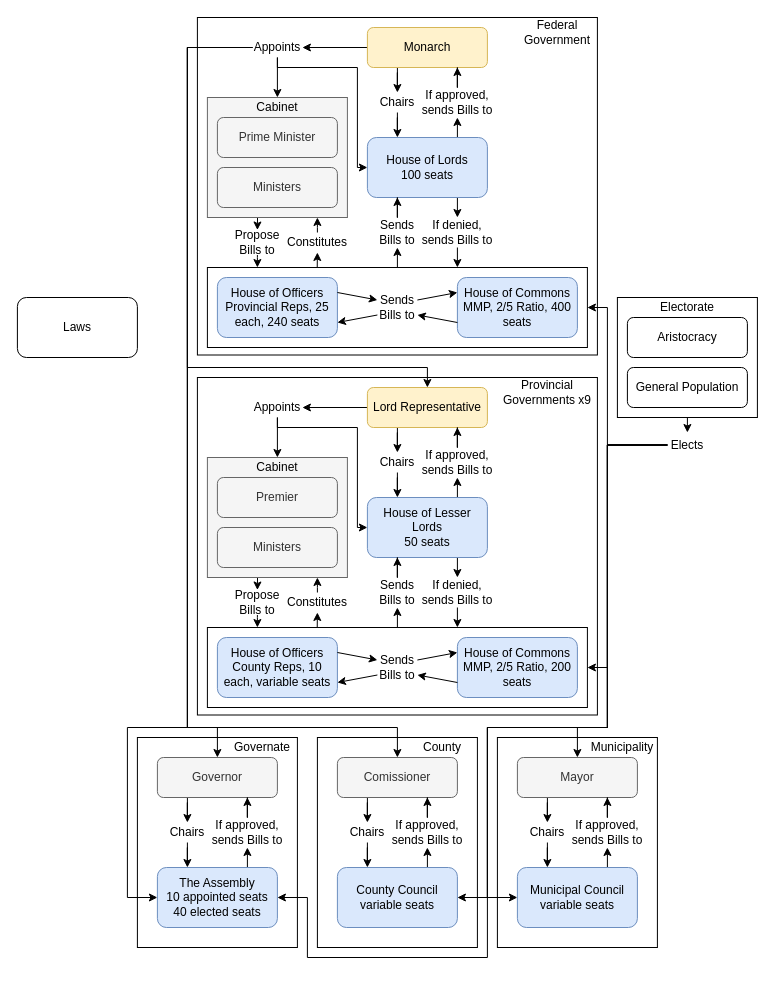
jamlamtheblue/DES-Pol keeps this draw.io diagram as Palorsenna/Palorsennan Political Org Chart.drawio. Above is the earlier version. Source tidied: cells renumbered, new cells numbered last; positions are measured from the earlier drawing's top-left corner, leaving out a move shared by most shapes. Both pictures are drawn from the tidied source at 100%, with x=0, y=0 at pixel (17, 17).
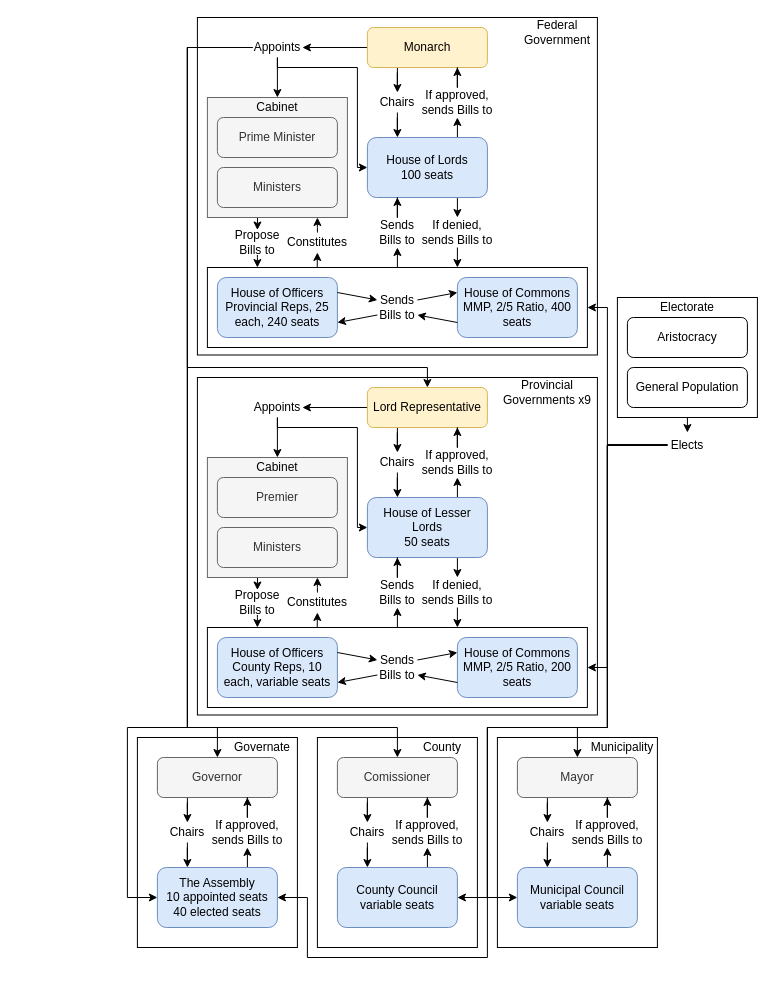
Above is the later version.

Commit message (it also covers changes not shown here):
Political Chart Updates

What changed in the source:
```diff
@@
-    <mxCell id="50" value="Laws" style="rounded=1;whiteSpace=wrap;html=1;" parent="1" vertex="1">
-      <mxGeometry x="-0.1" y="280" width="120" height="60" as="geometry" />
-    </mxCell>
```
